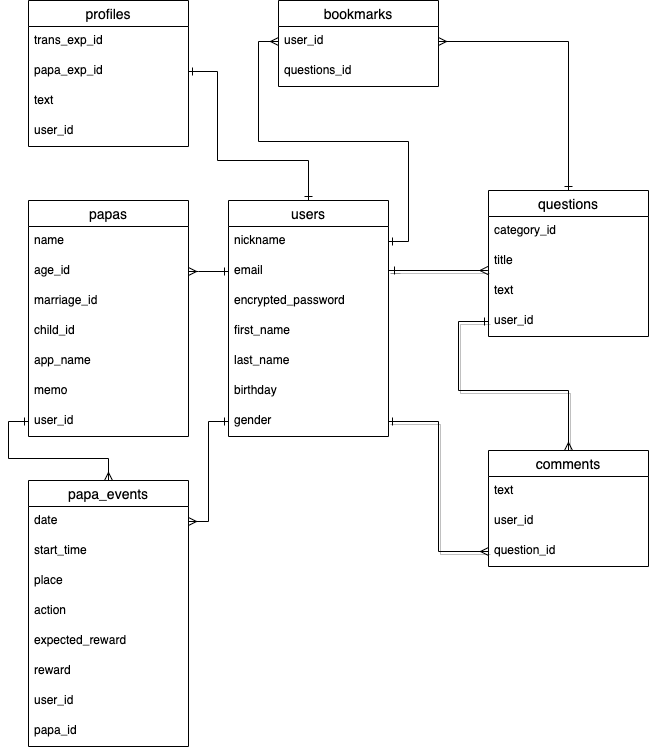
The draw.io diagram ER.drawio.png in Chukoto/wyvez-test, before a commit. Source tidied: cells renumbered, new cells last; positions are measured from the earlier drawing's top-left corner, leaving out a move shared by most shapes.
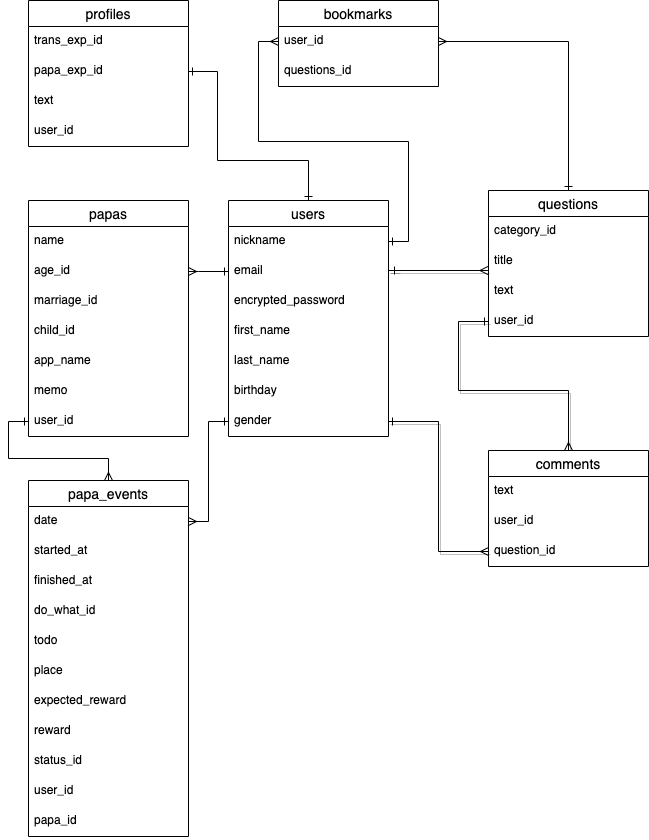
The same diagram one commit later.

What changed in the source:
```diff
@@ -153,31 +153,40 @@
       <mxGeometry relative="1" as="geometry" />
     </mxCell>
     <mxCell id="43" value="papa_events" style="swimlane;fontStyle=0;horizontal=1;startSize=26;align=center;fontSize=14;" parent="1" vertex="1">
-      <mxGeometry y="480" width="160" height="266" as="geometry" />
+      <mxGeometry y="480" width="160" height="356" as="geometry" />
     </mxCell>
     <mxCell id="44" value="date" style="text;strokeColor=none;fillColor=none;spacingLeft=4;spacingRight=4;overflow=hidden;points=[[0,0.5],[1,0.5]];portConstraint=eastwest;fontSize=12;" parent="43" vertex="1">
       <mxGeometry y="26" width="160" height="30" as="geometry" />
     </mxCell>
-    <mxCell id="45" value="start_time" style="text;strokeColor=none;fillColor=none;spacingLeft=4;spacingRight=4;overflow=hidden;fontSize=12;" parent="43" vertex="1">
+    <mxCell id="45" value="started_at" style="text;strokeColor=none;fillColor=none;spacingLeft=4;spacingRight=4;overflow=hidden;fontSize=12;" parent="43" vertex="1">
       <mxGeometry y="56" width="160" height="30" as="geometry" />
     </mxCell>
+    <mxCell id="53" value="finished_at" style="text;strokeColor=none;fillColor=none;spacingLeft=4;spacingRight=4;overflow=hidden;fontSize=12;" parent="43" vertex="1">
+      <mxGeometry y="86" width="160" height="30" as="geometry" />
+    </mxCell>
+    <mxCell id="54" value="do_what_id" style="text;strokeColor=none;fillColor=none;spacingLeft=4;spacingRight=4;overflow=hidden;fontSize=12;" parent="43" vertex="1">
+      <mxGeometry y="116" width="160" height="30" as="geometry" />
+    </mxCell>
+    <mxCell id="55" value="todo" style="text;strokeColor=none;fillColor=none;spacingLeft=4;spacingRight=4;overflow=hidden;fontSize=12;" parent="43" vertex="1">
+      <mxGeometry y="146" width="160" height="30" as="geometry" />
+    </mxCell>
     <mxCell id="46" value="place" style="text;strokeColor=none;fillColor=none;spacingLeft=4;spacingRight=4;overflow=hidden;fontSize=12;" parent="43" vertex="1">
-      <mxGeometry y="86" width="160" height="30" as="geometry" />
+      <mxGeometry y="176" width="160" height="30" as="geometry" />
     </mxCell>
-    <mxCell id="47" value="action" style="text;strokeColor=none;fillColor=none;spacingLeft=4;spacingRight=4;overflow=hidden;fontSize=12;" parent="43" vertex="1">
-      <mxGeometry y="116" width="160" height="30" as="geometry" />
-    </mxCell>
     <mxCell id="48" value="expected_reward" style="text;strokeColor=none;fillColor=none;spacingLeft=4;spacingRight=4;overflow=hidden;fontSize=12;" parent="43" vertex="1">
-      <mxGeometry y="146" width="160" height="30" as="geometry" />
+      <mxGeometry y="206" width="160" height="30" as="geometry" />
     </mxCell>
     <mxCell id="49" value="reward" style="text;strokeColor=none;fillColor=none;spacingLeft=4;spacingRight=4;overflow=hidden;fontSize=12;" parent="43" vertex="1">
-      <mxGeometry y="176" width="160" height="30" as="geometry" />
+      <mxGeometry y="236" width="160" height="30" as="geometry" />
     </mxCell>
+    <mxCell id="56" value="status_id" style="text;strokeColor=none;fillColor=none;spacingLeft=4;spacingRight=4;overflow=hidden;fontSize=12;" parent="43" vertex="1">
+      <mxGeometry y="266" width="160" height="30" as="geometry" />
+    </mxCell>
     <mxCell id="50" value="user_id" style="text;strokeColor=none;fillColor=none;spacingLeft=4;spacingRight=4;overflow=hidden;fontSize=12;" parent="43" vertex="1">
-      <mxGeometry y="206" width="160" height="30" as="geometry" />
+      <mxGeometry y="296" width="160" height="30" as="geometry" />
     </mxCell>
     <mxCell id="51" value="papa_id" style="text;strokeColor=none;fillColor=none;spacingLeft=4;spacingRight=4;overflow=hidden;fontSize=12;" parent="43" vertex="1">
-      <mxGeometry y="236" width="160" height="30" as="geometry" />
+      <mxGeometry y="326" width="160" height="30" as="geometry" />
     </mxCell>
     <mxCell id="52" style="edgeStyle=orthogonalEdgeStyle;rounded=0;jettySize=auto;html=1;exitX=1;exitY=0.5;exitDx=0;exitDy=0;entryX=0;entryY=0.5;entryDx=0;entryDy=0;endArrow=ERone;endFill=0;startArrow=ERmany;startFill=0;" parent="1" edge="1" source="44" target="32">
       <mxGeometry relative="1" as="geometry" />
```
